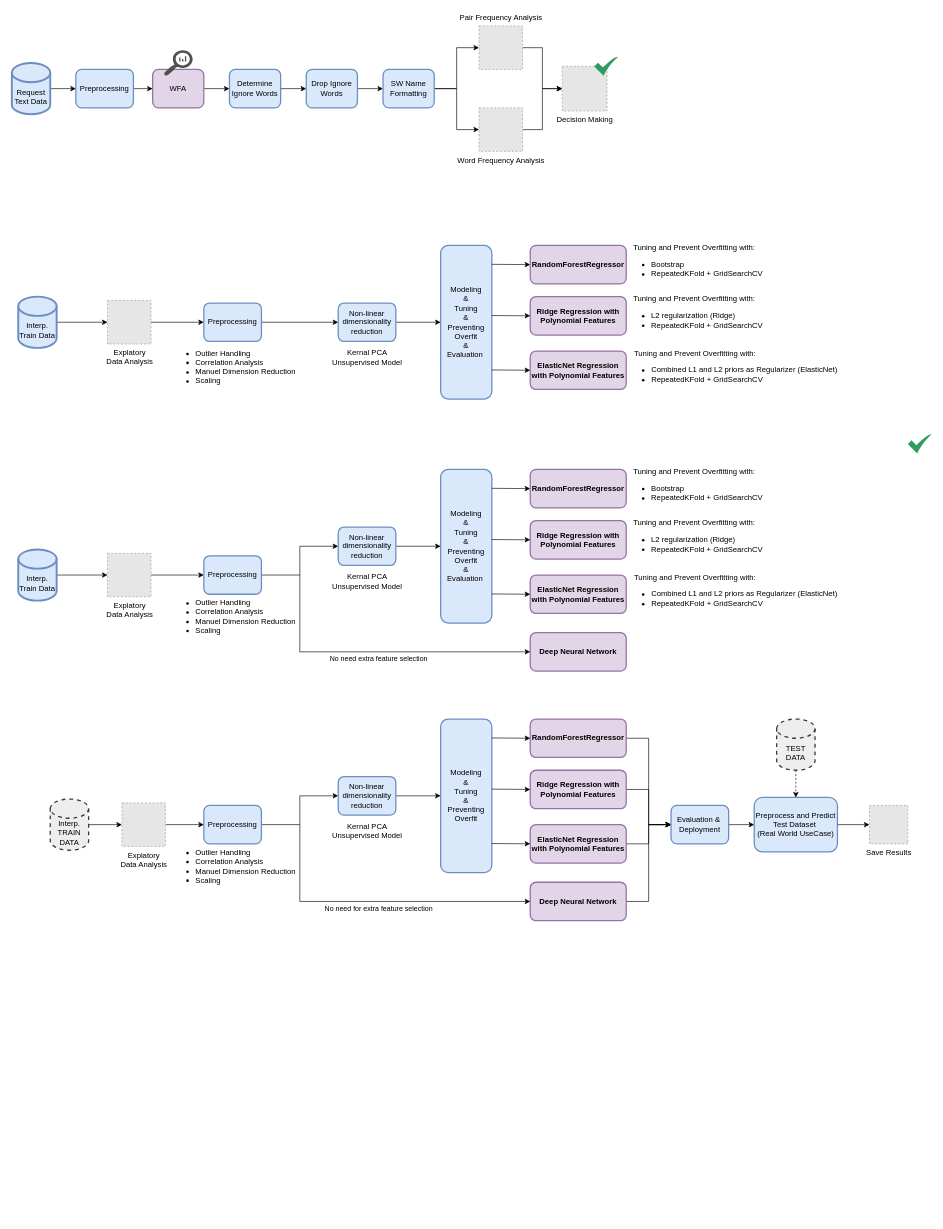
Earlier version of the draw.io diagram tprscase.drawio (EgehanEralp/diagrams). Source tidied: cells renumbered, new cells numbered last; positions are measured from the earlier drawing's top-left corner, leaving out a move shared by most shapes. Both pictures are drawn from the tidied source at 64%, with x=0, y=0 at pixel (12, 11). Pictures stored in the file or linked from it are replaced by grey dashed boxes.
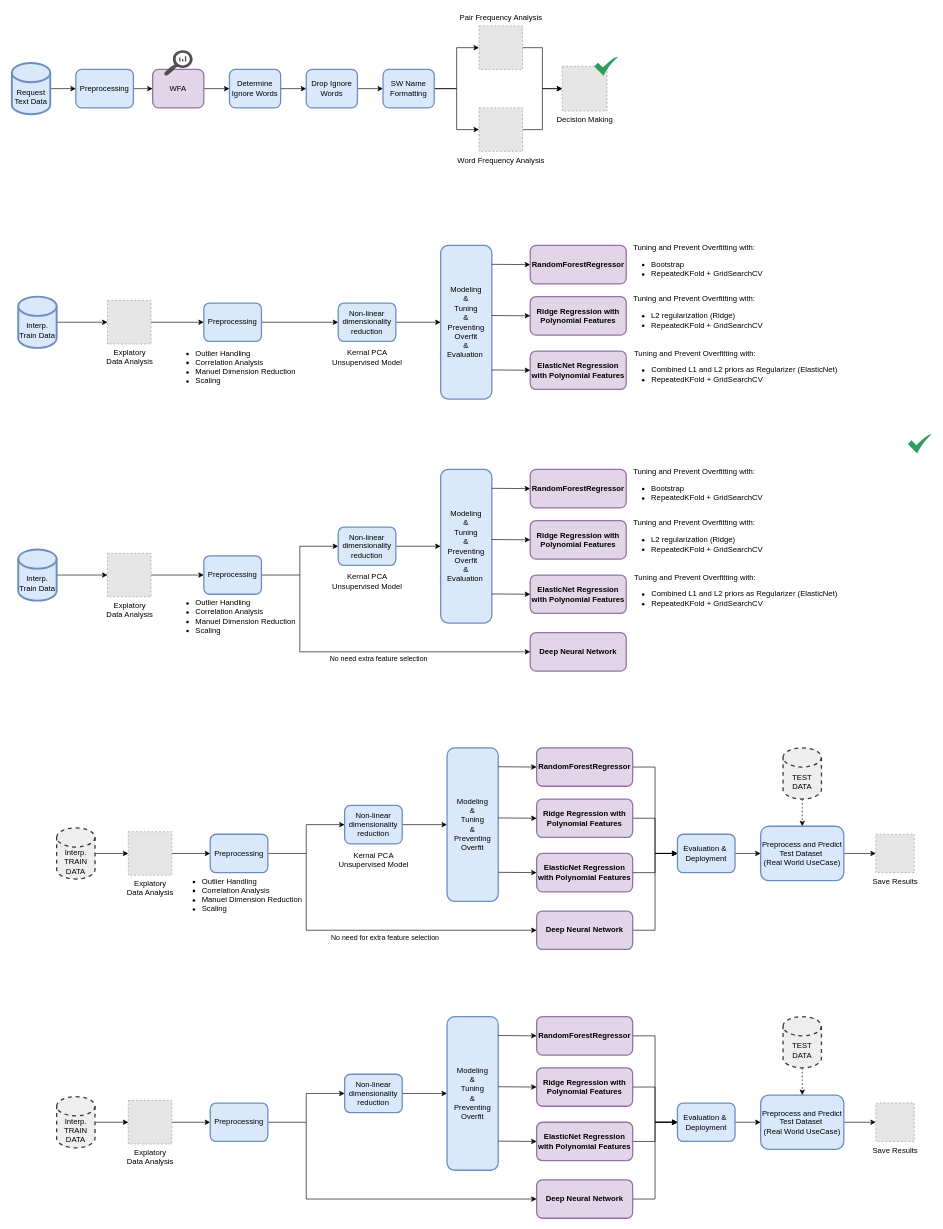
The same page after the edit.

What changed in the source:
```diff
@@
     <mxCell id="67" value="Interp.&lt;br&gt;TRAIN DATA" style="shape=cylinder3;whiteSpace=wrap;html=1;boundedLbl=1;backgroundOutline=1;size=15;fillColor=#eeeeee;strokeColor=#36393d;strokeWidth=2;dashed=1;" parent="1" vertex="1">
-      <mxGeometry x="60" y="1231" width="60" height="80" as="geometry" />
+      <mxGeometry x="70" y="1276" width="60" height="80" as="geometry" />
     </mxCell>
@@
     <mxCell id="69" value="Explatory &lt;br&gt;Data Analysis" style="fillColor=#E6E6E6;strokeColor=#999999;dashed=1;html=1;verticalAlign=top;verticalLabelPosition=bottom;labelBackgroundColor=#ffffff;" parent="1" vertex="1">
-      <mxGeometry x="172" y="1237" width="68" height="68" as="geometry" />
+      <mxGeometry x="182" y="1282" width="68" height="68" as="geometry" />
     </mxCell>
@@
     <mxCell id="71" value="Preprocessing" style="rounded=1;whiteSpace=wrap;html=1;fillColor=#dae8fc;strokeColor=#6c8ebf;strokeWidth=2;" parent="1" vertex="1">
-      <mxGeometry x="300" y="1241" width="90" height="60" as="geometry" />
+      <mxGeometry x="310" y="1286" width="90" height="60" as="geometry" />
     </mxCell>
     <mxCell id="72" value="&lt;ul&gt;&lt;li style=&quot;text-align: left&quot;&gt;&lt;span style=&quot;font-size: 12px&quot;&gt;Outlier Handling&lt;/span&gt;&lt;br&gt;&lt;/li&gt;&lt;li style=&quot;text-align: left&quot;&gt;&lt;span style=&quot;font-size: 12px&quot;&gt;Correlation Analysis&lt;/span&gt;&lt;br&gt;&lt;/li&gt;&lt;li style=&quot;text-align: left&quot;&gt;&lt;span style=&quot;font-size: 12px&quot;&gt;Manuel Dimension Reduction&lt;/span&gt;&lt;br&gt;&lt;/li&gt;&lt;li&gt;&lt;div style=&quot;text-align: left&quot;&gt;&lt;span style=&quot;font-size: 12px&quot;&gt;Scaling&lt;/span&gt;&lt;/div&gt;&lt;/li&gt;&lt;/ul&gt;" style="text;html=1;align=center;verticalAlign=middle;strokeColor=none;fillColor=none;" parent="1" vertex="1">
-      <mxGeometry x="240" y="1296" width="210" height="80" as="geometry" />
+      <mxGeometry x="250" y="1341" width="210" height="80" as="geometry" />
     </mxCell>
@@
     <mxCell id="74" value="&lt;span&gt;Non-linear dimensionality reduction&lt;/span&gt;" style="rounded=1;whiteSpace=wrap;html=1;fillColor=#dae8fc;strokeColor=#6c8ebf;strokeWidth=2;" parent="1" vertex="1">
-      <mxGeometry x="510" y="1196" width="90" height="60" as="geometry" />
+      <mxGeometry x="520" y="1241" width="90" height="60" as="geometry" />
     </mxCell>
     <mxCell id="75" value="Kernal PCA &lt;br&gt;Unsupervised Model" style="text;html=1;align=center;verticalAlign=middle;strokeColor=none;fillColor=none;" parent="1" vertex="1">
-      <mxGeometry x="495" y="1266" width="120" height="30" as="geometry" />
+      <mxGeometry x="505" y="1311" width="120" height="30" as="geometry" />
     </mxCell>
     <mxCell id="76" value="&lt;span&gt;Modeling &lt;br&gt;&amp;amp; &lt;br&gt;Tuning &lt;br&gt;&amp;amp;&lt;br&gt;Preventing Overfit&lt;br&gt;&lt;/span&gt;" style="rounded=1;whiteSpace=wrap;html=1;fillColor=#dae8fc;strokeColor=#6c8ebf;strokeWidth=2;" parent="1" vertex="1">
-      <mxGeometry x="670" y="1106" width="80" height="240" as="geometry" />
+      <mxGeometry x="680" y="1151" width="80" height="240" as="geometry" />
     </mxCell>
@@
     <mxCell id="78" value="&lt;b&gt;RandomForestRegressor&lt;/b&gt;" style="rounded=1;whiteSpace=wrap;html=1;strokeWidth=2;fillColor=#e1d5e7;strokeColor=#9673a6;" parent="1" vertex="1">
-      <mxGeometry x="810" y="1106" width="150" height="60" as="geometry" />
+      <mxGeometry x="820" y="1151" width="150" height="60" as="geometry" />
     </mxCell>
     <mxCell id="79" style="edgeStyle=orthogonalEdgeStyle;rounded=0;jettySize=auto;html=1;exitX=1;exitY=0.5;exitDx=0;exitDy=0;entryX=0;entryY=0.5;entryDx=0;entryDy=0;" parent="1" edge="1" target="78">
       <mxGeometry relative="1" as="geometry">
-        <mxPoint x="750" y="1135.5" as="sourcePoint" />
+        <mxPoint x="760" y="1180.5" as="sourcePoint" />
       </mxGeometry>
     </mxCell>
@@
     <mxCell id="81" value="&lt;b&gt;Ridge Regression with Polynomial Features&lt;/b&gt;" style="rounded=1;whiteSpace=wrap;html=1;strokeWidth=2;fillColor=#e1d5e7;strokeColor=#9673a6;" parent="1" vertex="1">
-      <mxGeometry x="810" y="1186" width="150" height="60" as="geometry" />
+      <mxGeometry x="820" y="1231" width="150" height="60" as="geometry" />
     </mxCell>
     <mxCell id="82" style="edgeStyle=orthogonalEdgeStyle;rounded=0;jettySize=auto;html=1;exitX=1;exitY=0.5;exitDx=0;exitDy=0;entryX=0;entryY=0.5;entryDx=0;entryDy=0;" parent="1" edge="1" target="81">
       <mxGeometry relative="1" as="geometry">
-        <mxPoint x="750" y="1215.5" as="sourcePoint" />
+        <mxPoint x="760" y="1260.5" as="sourcePoint" />
       </mxGeometry>
     </mxCell>
@@
     <mxCell id="84" value="&lt;b&gt;ElasticNet Regression with Polynomial Features&lt;/b&gt;" style="rounded=1;whiteSpace=wrap;html=1;strokeWidth=2;fillColor=#e1d5e7;strokeColor=#9673a6;" parent="1" vertex="1">
-      <mxGeometry x="810" y="1271" width="150" height="60" as="geometry" />
+      <mxGeometry x="820" y="1316" width="150" height="60" as="geometry" />
     </mxCell>
     <mxCell id="85" style="edgeStyle=orthogonalEdgeStyle;rounded=0;jettySize=auto;html=1;exitX=1;exitY=0.5;exitDx=0;exitDy=0;entryX=0;entryY=0.5;entryDx=0;entryDy=0;" parent="1" edge="1" target="84">
       <mxGeometry relative="1" as="geometry">
-        <mxPoint x="750" y="1300.5" as="sourcePoint" />
+        <mxPoint x="760" y="1345.5" as="sourcePoint" />
       </mxGeometry>
     </mxCell>
@@
     <mxCell id="87" value="&lt;b&gt;Deep Neural Network&lt;/b&gt;" style="rounded=1;whiteSpace=wrap;html=1;strokeWidth=2;fillColor=#e1d5e7;strokeColor=#9673a6;" parent="1" vertex="1">
-      <mxGeometry x="810" y="1361" width="150" height="60" as="geometry" />
+      <mxGeometry x="820" y="1406" width="150" height="60" as="geometry" />
     </mxCell>
     <mxCell id="88" style="edgeStyle=orthogonalEdgeStyle;rounded=0;orthogonalLoop=1;jettySize=auto;html=1;" parent="1" edge="1">
       <mxGeometry relative="1" as="geometry">
-        <mxPoint x="450" y="1271" as="sourcePoint" />
-        <mxPoint x="810" y="1391" as="targetPoint" />
+        <mxPoint x="460" y="1316" as="sourcePoint" />
+        <mxPoint x="820" y="1436" as="targetPoint" />
         <Array as="points">
-          <mxPoint x="450" y="1391" />
-          <mxPoint x="753" y="1391" />
+          <mxPoint x="460" y="1436" />
+          <mxPoint x="763" y="1436" />
         </Array>
       </mxGeometry>
     </mxCell>
@@
     <mxCell id="91" value="Evaluation &amp;amp;&amp;nbsp;&lt;br&gt;Deployment" style="rounded=1;whiteSpace=wrap;html=1;fillColor=#dae8fc;strokeColor=#6c8ebf;strokeWidth=2;" parent="1" vertex="1">
-      <mxGeometry x="1030" y="1241" width="90" height="60" as="geometry" />
+      <mxGeometry x="1040" y="1286" width="90" height="60" as="geometry" />
     </mxCell>
@@
     <mxCell id="93" value="Preprocess and Predict Test Dataset&amp;nbsp;&lt;br&gt;(Real World UseCase)" style="rounded=1;whiteSpace=wrap;html=1;fillColor=#dae8fc;strokeColor=#6c8ebf;strokeWidth=2;" parent="1" vertex="1">
-      <mxGeometry x="1160" y="1228.5" width="130" height="85" as="geometry" />
+      <mxGeometry x="1170" y="1273.5" width="130" height="85" as="geometry" />
     </mxCell>
@@
     <mxCell id="95" value="TEST DATA" style="shape=cylinder3;whiteSpace=wrap;html=1;boundedLbl=1;backgroundOutline=1;size=15;fillColor=#eeeeee;strokeColor=#36393d;strokeWidth=2;dashed=1;" parent="1" vertex="1">
-      <mxGeometry x="1195" y="1106" width="60" height="80" as="geometry" />
+      <mxGeometry x="1205" y="1151" width="60" height="80" as="geometry" />
     </mxCell>
     <mxCell id="96" value="Save Results" style="fillColor=#E6E6E6;strokeColor=#999999;dashed=1;html=1;verticalAlign=top;verticalLabelPosition=bottom;labelBackgroundColor=#ffffff;" parent="1" vertex="1">
-      <mxGeometry x="1340" y="1241" width="60" height="60" as="geometry" />
+      <mxGeometry x="1350" y="1286" width="60" height="60" as="geometry" />
     </mxCell>
@@
+    <mxCell id="98" style="edgeStyle=orthogonalEdgeStyle;rounded=0;jettySize=auto;html=1;exitX=1;exitY=0.5;exitDx=0;exitDy=0;exitPerimeter=0;entryX=0;entryY=0.5;entryDx=0;entryDy=0;" parent="1" edge="1" source="99" target="101">
+      <mxGeometry relative="1" as="geometry" />
+    </mxCell>
+    <mxCell id="99" value="Interp.&lt;br&gt;TRAIN DATA" style="shape=cylinder3;whiteSpace=wrap;html=1;boundedLbl=1;backgroundOutline=1;size=15;fillColor=#eeeeee;strokeColor=#36393d;strokeWidth=2;dashed=1;" parent="1" vertex="1">
+      <mxGeometry x="70" y="1696" width="60" height="80" as="geometry" />
+    </mxCell>
+    <mxCell id="100" style="edgeStyle=orthogonalEdgeStyle;rounded=0;jettySize=auto;html=1;exitX=1;exitY=0.5;exitDx=0;exitDy=0;entryX=0;entryY=0.5;entryDx=0;entryDy=0;" parent="1" edge="1" source="101" target="103">
+      <mxGeometry relative="1" as="geometry" />
+    </mxCell>
+    <mxCell id="101" value="Explatory &lt;br&gt;Data Analysis" style="fillColor=#E6E6E6;strokeColor=#999999;dashed=1;html=1;verticalAlign=top;verticalLabelPosition=bottom;labelBackgroundColor=#ffffff;" parent="1" vertex="1">
+      <mxGeometry x="182" y="1702" width="68" height="68" as="geometry" />
+    </mxCell>
+    <mxCell id="102" style="edgeStyle=orthogonalEdgeStyle;rounded=0;jettySize=auto;html=1;exitX=1;exitY=0.5;exitDx=0;exitDy=0;" parent="1" edge="1" source="103" target="105">
+      <mxGeometry relative="1" as="geometry" />
+    </mxCell>
+    <mxCell id="103" value="Preprocessing" style="rounded=1;whiteSpace=wrap;html=1;fillColor=#dae8fc;strokeColor=#6c8ebf;strokeWidth=2;" parent="1" vertex="1">
+      <mxGeometry x="310" y="1706" width="90" height="60" as="geometry" />
+    </mxCell>
+    <mxCell id="104" style="edgeStyle=orthogonalEdgeStyle;rounded=0;jettySize=auto;html=1;exitX=1;exitY=0.5;exitDx=0;exitDy=0;entryX=0;entryY=0.5;entryDx=0;entryDy=0;" parent="1" edge="1" source="105" target="106">
+      <mxGeometry relative="1" as="geometry" />
+    </mxCell>
+    <mxCell id="105" value="&lt;span&gt;Non-linear dimensionality reduction&lt;/span&gt;" style="rounded=1;whiteSpace=wrap;html=1;fillColor=#dae8fc;strokeColor=#6c8ebf;strokeWidth=2;" parent="1" vertex="1">
+      <mxGeometry x="520" y="1661" width="90" height="60" as="geometry" />
+    </mxCell>
+    <mxCell id="106" value="&lt;span&gt;Modeling &lt;br&gt;&amp;amp; &lt;br&gt;Tuning &lt;br&gt;&amp;amp;&lt;br&gt;Preventing Overfit&lt;br&gt;&lt;/span&gt;" style="rounded=1;whiteSpace=wrap;html=1;fillColor=#dae8fc;strokeColor=#6c8ebf;strokeWidth=2;" parent="1" vertex="1">
+      <mxGeometry x="680" y="1571" width="80" height="240" as="geometry" />
+    </mxCell>
+    <mxCell id="107" style="edgeStyle=orthogonalEdgeStyle;rounded=0;jettySize=auto;html=1;exitX=1;exitY=0.5;exitDx=0;exitDy=0;entryX=0;entryY=0.5;entryDx=0;entryDy=0;" parent="1" edge="1" source="108" target="120">
+      <mxGeometry relative="1" as="geometry" />
+    </mxCell>
+    <mxCell id="108" value="&lt;b&gt;RandomForestRegressor&lt;/b&gt;" style="rounded=1;whiteSpace=wrap;html=1;strokeWidth=2;fillColor=#e1d5e7;strokeColor=#9673a6;" parent="1" vertex="1">
+      <mxGeometry x="820" y="1571" width="150" height="60" as="geometry" />
+    </mxCell>
+    <mxCell id="109" style="edgeStyle=orthogonalEdgeStyle;rounded=0;jettySize=auto;html=1;exitX=1;exitY=0.5;exitDx=0;exitDy=0;entryX=0;entryY=0.5;entryDx=0;entryDy=0;" parent="1" edge="1" target="108">
+      <mxGeometry relative="1" as="geometry">
+        <mxPoint x="760" y="1600.5" as="sourcePoint" />
+      </mxGeometry>
+    </mxCell>
+    <mxCell id="110" style="edgeStyle=orthogonalEdgeStyle;rounded=0;jettySize=auto;html=1;exitX=1;exitY=0.5;exitDx=0;exitDy=0;entryX=0;entryY=0.5;entryDx=0;entryDy=0;" parent="1" edge="1" source="111" target="120">
+      <mxGeometry relative="1" as="geometry" />
+    </mxCell>
+    <mxCell id="111" value="&lt;b&gt;Ridge Regression with Polynomial Features&lt;/b&gt;" style="rounded=1;whiteSpace=wrap;html=1;strokeWidth=2;fillColor=#e1d5e7;strokeColor=#9673a6;" parent="1" vertex="1">
+      <mxGeometry x="820" y="1651" width="150" height="60" as="geometry" />
+    </mxCell>
+    <mxCell id="112" style="edgeStyle=orthogonalEdgeStyle;rounded=0;jettySize=auto;html=1;exitX=1;exitY=0.5;exitDx=0;exitDy=0;entryX=0;entryY=0.5;entryDx=0;entryDy=0;" parent="1" edge="1" target="111">
+      <mxGeometry relative="1" as="geometry">
+        <mxPoint x="760" y="1680.5" as="sourcePoint" />
+      </mxGeometry>
+    </mxCell>
+    <mxCell id="113" style="edgeStyle=orthogonalEdgeStyle;rounded=0;jettySize=auto;html=1;exitX=1;exitY=0.5;exitDx=0;exitDy=0;entryX=0;entryY=0.5;entryDx=0;entryDy=0;" parent="1" edge="1" source="114" target="120">
+      <mxGeometry relative="1" as="geometry" />
+    </mxCell>
+    <mxCell id="114" value="&lt;b&gt;ElasticNet Regression with Polynomial Features&lt;/b&gt;" style="rounded=1;whiteSpace=wrap;html=1;strokeWidth=2;fillColor=#e1d5e7;strokeColor=#9673a6;" parent="1" vertex="1">
+      <mxGeometry x="820" y="1736" width="150" height="60" as="geometry" />
+    </mxCell>
+    <mxCell id="115" style="edgeStyle=orthogonalEdgeStyle;rounded=0;jettySize=auto;html=1;exitX=1;exitY=0.5;exitDx=0;exitDy=0;entryX=0;entryY=0.5;entryDx=0;entryDy=0;" parent="1" edge="1" target="114">
+      <mxGeometry relative="1" as="geometry">
+        <mxPoint x="760" y="1765.5" as="sourcePoint" />
+      </mxGeometry>
+    </mxCell>
+    <mxCell id="116" style="edgeStyle=orthogonalEdgeStyle;rounded=0;jettySize=auto;html=1;exitX=1;exitY=0.5;exitDx=0;exitDy=0;entryX=0;entryY=0.5;entryDx=0;entryDy=0;" parent="1" edge="1" source="117" target="120">
+      <mxGeometry relative="1" as="geometry" />
+    </mxCell>
+    <mxCell id="117" value="&lt;b&gt;Deep Neural Network&lt;/b&gt;" style="rounded=1;whiteSpace=wrap;html=1;strokeWidth=2;fillColor=#e1d5e7;strokeColor=#9673a6;" parent="1" vertex="1">
+      <mxGeometry x="820" y="1826" width="150" height="60" as="geometry" />
+    </mxCell>
+    <mxCell id="118" style="edgeStyle=orthogonalEdgeStyle;rounded=0;orthogonalLoop=1;jettySize=auto;html=1;" parent="1" edge="1">
+      <mxGeometry relative="1" as="geometry">
+        <mxPoint x="460" y="1736" as="sourcePoint" />
+        <mxPoint x="820" y="1856" as="targetPoint" />
+        <Array as="points">
+          <mxPoint x="460" y="1856" />
+          <mxPoint x="763" y="1856" />
+        </Array>
+      </mxGeometry>
+    </mxCell>
+    <mxCell id="119" style="edgeStyle=orthogonalEdgeStyle;rounded=0;jettySize=auto;html=1;exitX=1;exitY=0.5;exitDx=0;exitDy=0;entryX=0;entryY=0.5;entryDx=0;entryDy=0;" parent="1" edge="1" source="120" target="122">
+      <mxGeometry relative="1" as="geometry" />
+    </mxCell>
+    <mxCell id="120" value="Evaluation &amp;amp;&amp;nbsp;&lt;br&gt;Deployment" style="rounded=1;whiteSpace=wrap;html=1;fillColor=#dae8fc;strokeColor=#6c8ebf;strokeWidth=2;" parent="1" vertex="1">
+      <mxGeometry x="1040" y="1706" width="90" height="60" as="geometry" />
+    </mxCell>
+    <mxCell id="121" style="edgeStyle=orthogonalEdgeStyle;rounded=0;jettySize=auto;html=1;exitX=1;exitY=0.5;exitDx=0;exitDy=0;" parent="1" edge="1" source="122" target="125">
+      <mxGeometry relative="1" as="geometry" />
+    </mxCell>
+    <mxCell id="122" value="Preprocess and Predict Test Dataset&amp;nbsp;&lt;br&gt;(Real World UseCase)" style="rounded=1;whiteSpace=wrap;html=1;fillColor=#dae8fc;strokeColor=#6c8ebf;strokeWidth=2;" parent="1" vertex="1">
+      <mxGeometry x="1170" y="1693.5" width="130" height="85" as="geometry" />
+    </mxCell>
+    <mxCell id="123" style="edgeStyle=orthogonalEdgeStyle;rounded=0;jettySize=auto;html=1;exitX=0.5;exitY=1;exitDx=0;exitDy=0;exitPerimeter=0;entryX=0.5;entryY=0;entryDx=0;entryDy=0;dashed=1;" parent="1" edge="1" source="124" target="122">
+      <mxGeometry relative="1" as="geometry" />
+    </mxCell>
+    <mxCell id="124" value="TEST DATA" style="shape=cylinder3;whiteSpace=wrap;html=1;boundedLbl=1;backgroundOutline=1;size=15;fillColor=#eeeeee;strokeColor=#36393d;strokeWidth=2;dashed=1;" parent="1" vertex="1">
+      <mxGeometry x="1205" y="1571" width="60" height="80" as="geometry" />
+    </mxCell>
+    <mxCell id="125" value="Save Results" style="fillColor=#E6E6E6;strokeColor=#999999;dashed=1;html=1;verticalAlign=top;verticalLabelPosition=bottom;labelBackgroundColor=#ffffff;" parent="1" vertex="1">
+      <mxGeometry x="1350" y="1706" width="60" height="60" as="geometry" />
+    </mxCell>
```
